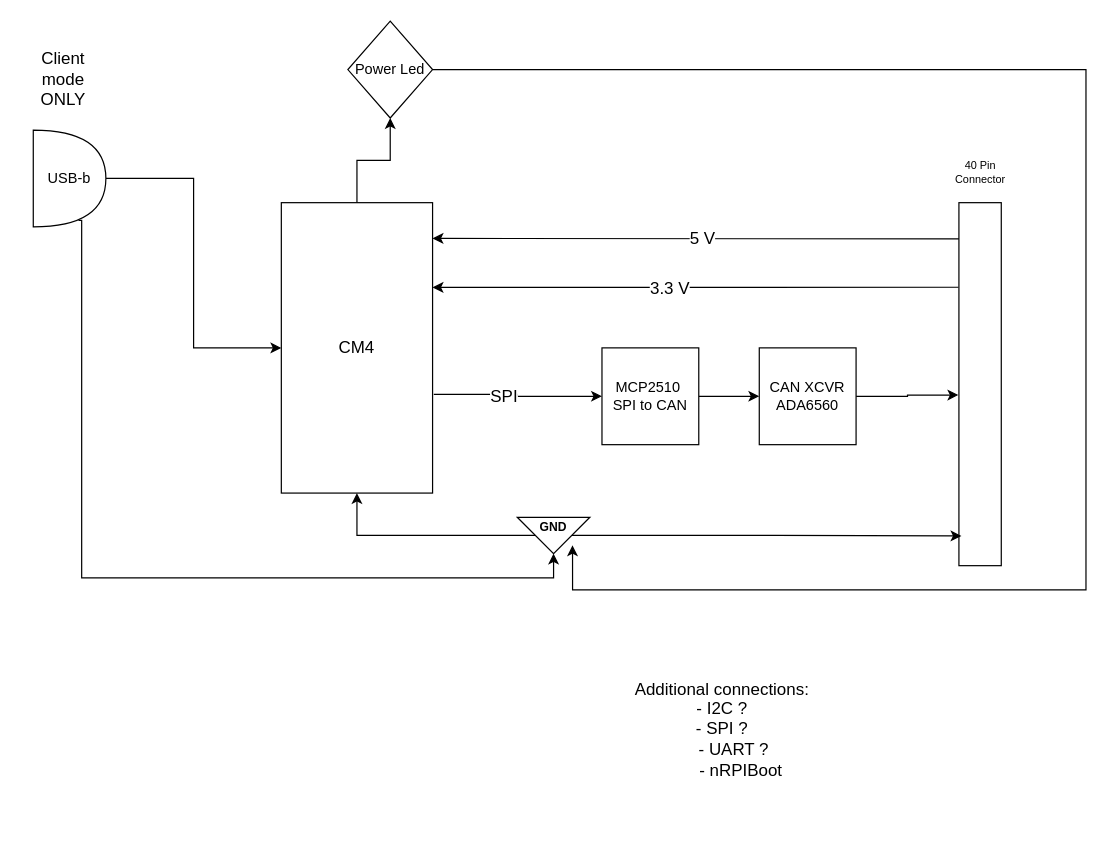
Before: CD&H/CDH_level_2.drawio in coloradocube/balloonsat-bus, a draw.io diagram. Source tidied: cells renumbered, new cells numbered last; positions are measured from the earlier drawing's top-left corner, leaving out a move shared by most shapes. Both pictures are drawn from the tidied source at 121%, with x=0, y=0 at pixel (21, 21).
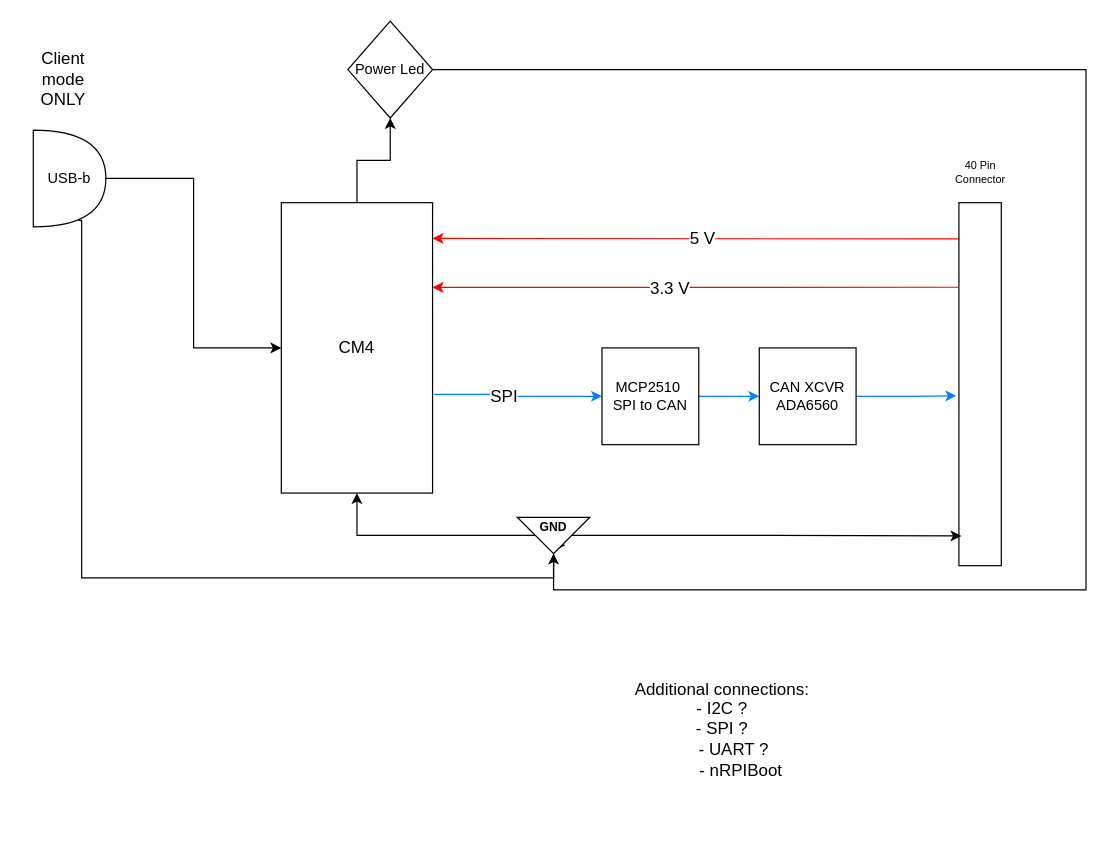
The same diagram, later.

The change refers to these unchanged cells:
```xml
<mxCell id="5" value="&lt;font style=&quot;font-size: 14px&quot;&gt;CM4&lt;/font&gt;" style="rounded=0;whiteSpace=wrap;html=1;" parent="1" vertex="1">
  <mxGeometry x="215" y="150" width="125" height="240" as="geometry" />
</mxCell>
<mxCell id="8" value="&lt;br&gt;" style="rounded=0;whiteSpace=wrap;html=1;direction=south;" parent="1" vertex="1">
  <mxGeometry x="775" y="150" width="35" height="300" as="geometry" />
</mxCell>
<mxCell id="10" value="Power Led" style="rhombus;whiteSpace=wrap;html=1;" parent="1" vertex="1">
  <mxGeometry x="270" width="70" height="80" as="geometry" />
</mxCell>
<mxCell id="15" value="MCP2510&amp;nbsp;&lt;br&gt;SPI to CAN" style="whiteSpace=wrap;html=1;" parent="1" vertex="1">
  <mxGeometry x="480" y="270" width="80" height="80" as="geometry" />
</mxCell>
<mxCell id="17" value="&lt;div&gt;CAN XCVR&lt;/div&gt;&lt;div&gt;ADA6560&lt;/div&gt;" style="whiteSpace=wrap;html=1;" parent="1" vertex="1">
  <mxGeometry x="610" y="270" width="80" height="80" as="geometry" />
</mxCell>
<mxCell id="25" value="&lt;font size=&quot;1&quot;&gt;&lt;b&gt;GND&lt;br&gt;&lt;/b&gt;&lt;br&gt;&lt;/font&gt;" style="triangle;whiteSpace=wrap;html=1;fontSize=14;direction=south;" parent="1" vertex="1">
  <mxGeometry x="410" y="410" width="60" height="30" as="geometry" />
</mxCell>
```

Change to the diagram source:
```diff
@@
-    <mxCell id="3" style="edgeStyle=orthogonalEdgeStyle;rounded=0;jettySize=auto;html=1;exitX=1.008;exitY=0.66;exitDx=0;exitDy=0;exitPerimeter=0;" parent="1" edge="1" source="5" target="15">
+    <mxCell id="3" style="edgeStyle=orthogonalEdgeStyle;rounded=0;jettySize=auto;html=1;exitX=1.008;exitY=0.66;exitDx=0;exitDy=0;exitPerimeter=0;strokeColor=#007FFF;" parent="1" edge="1" source="5" target="15">
       <mxGeometry relative="1" as="geometry" />
     </mxCell>
@@
-    <mxCell id="6" style="edgeStyle=orthogonalEdgeStyle;rounded=0;jettySize=auto;html=1;exitX=0.14;exitY=0.921;exitDx=0;exitDy=0;entryX=1;entryY=0.123;entryDx=0;entryDy=0;entryPerimeter=0;fontSize=9;exitPerimeter=0;" parent="1" edge="1" source="8" target="5">
+    <mxCell id="6" style="edgeStyle=orthogonalEdgeStyle;rounded=0;jettySize=auto;html=1;exitX=0.14;exitY=0.921;exitDx=0;exitDy=0;entryX=1;entryY=0.123;entryDx=0;entryDy=0;entryPerimeter=0;fontSize=9;exitPerimeter=0;strokeColor=#FF0000;" parent="1" edge="1" source="8" target="5">
       <mxGeometry relative="1" as="geometry">
         <Array as="points">
           <mxPoint x="778" y="180" />
           <mxPoint x="774" y="180" />
         </Array>
       </mxGeometry>
     </mxCell>
@@
-    <mxCell id="9" style="edgeStyle=orthogonalEdgeStyle;rounded=0;jettySize=auto;html=1;entryX=0.773;entryY=0.239;entryDx=0;entryDy=0;entryPerimeter=0;fontSize=9;" parent="1" edge="1" source="10" target="25">
+    <mxCell id="9" style="edgeStyle=orthogonalEdgeStyle;rounded=0;jettySize=auto;html=1;entryX=0.771;entryY=0.337;entryDx=0;entryDy=0;entryPerimeter=0;fontSize=9;" parent="1" edge="1" source="10" target="25">
       <mxGeometry relative="1" as="geometry">
         <Array as="points">
           <mxPoint x="880" y="40" />
           <mxPoint x="880" y="470" />
-          <mxPoint x="456" y="470" />
+          <mxPoint x="440" y="470" />
+          <mxPoint x="440" y="433" />
         </Array>
       </mxGeometry>
     </mxCell>
@@
-    <mxCell id="14" style="edgeStyle=orthogonalEdgeStyle;rounded=0;jettySize=auto;html=1;" parent="1" edge="1" source="15" target="17">
+    <mxCell id="14" style="edgeStyle=orthogonalEdgeStyle;rounded=0;jettySize=auto;html=1;strokeColor=#007FFF;" parent="1" edge="1" source="15" target="17">
       <mxGeometry relative="1" as="geometry" />
     </mxCell>
@@
-    <mxCell id="16" style="edgeStyle=orthogonalEdgeStyle;rounded=0;jettySize=auto;html=1;fontSize=14;entryX=0.53;entryY=1.014;entryDx=0;entryDy=0;entryPerimeter=0;" parent="1" edge="1" source="17" target="8">
+    <mxCell id="16" style="edgeStyle=orthogonalEdgeStyle;rounded=0;jettySize=auto;html=1;fontSize=14;entryX=0.532;entryY=1.061;entryDx=0;entryDy=0;entryPerimeter=0;strokeColor=#007FFF;" parent="1" edge="1" source="17" target="8">
       <mxGeometry relative="1" as="geometry" />
     </mxCell>
@@
-    <mxCell id="20" style="endArrow=classic;html=1;rounded=0;fontSize=14;exitX=0.233;exitY=1.01;exitDx=0;exitDy=0;exitPerimeter=0;" parent="1" edge="1" source="8">
+    <mxCell id="20" style="endArrow=classic;html=1;rounded=0;fontSize=14;exitX=0.233;exitY=1.01;exitDx=0;exitDy=0;exitPerimeter=0;strokeColor=#FF0000;" parent="1" edge="1" source="8">
       <mxGeometry relative="1" as="geometry">
         <mxPoint x="340" y="220" as="targetPoint" />
       </mxGeometry>
     </mxCell>
```
